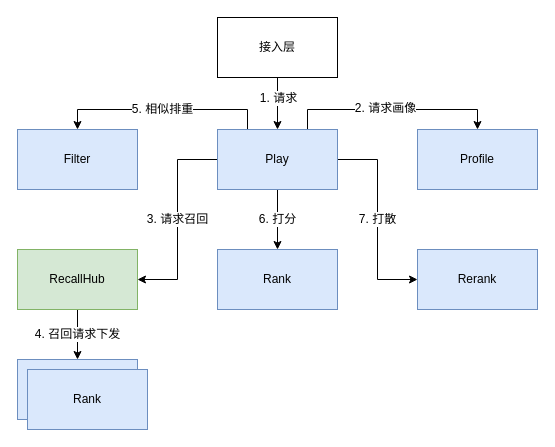
d0ngjun/drawio keeps this draw.io diagram as page "推荐系统" (2 of 4) of news.drawio. Above is the earlier version. Source tidied: cells renumbered, new cells numbered last; positions are measured from the earlier drawing's top-left corner, leaving out a move shared by most shapes. Both pictures are drawn from the tidied source at 100%, with x=0, y=0 at pixel (17, 17).
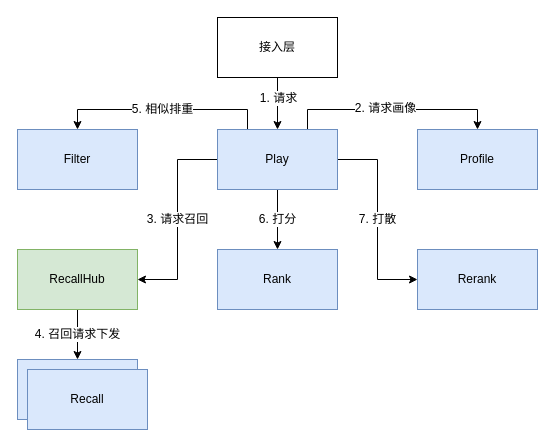
The same diagram, later.

Diff of the diagram source:
```diff
@@
-    <mxCell id="19" value="Rank" style="rounded=0;whiteSpace=wrap;html=1;fillColor=#dae8fc;strokeColor=#6c8ebf;" parent="1" vertex="1">
+    <mxCell id="19" value="Recall" style="rounded=0;whiteSpace=wrap;html=1;fillColor=#dae8fc;strokeColor=#6c8ebf;" parent="1" vertex="1">
       <mxGeometry x="10" y="352" width="120" height="60" as="geometry" />
     </mxCell>
```
